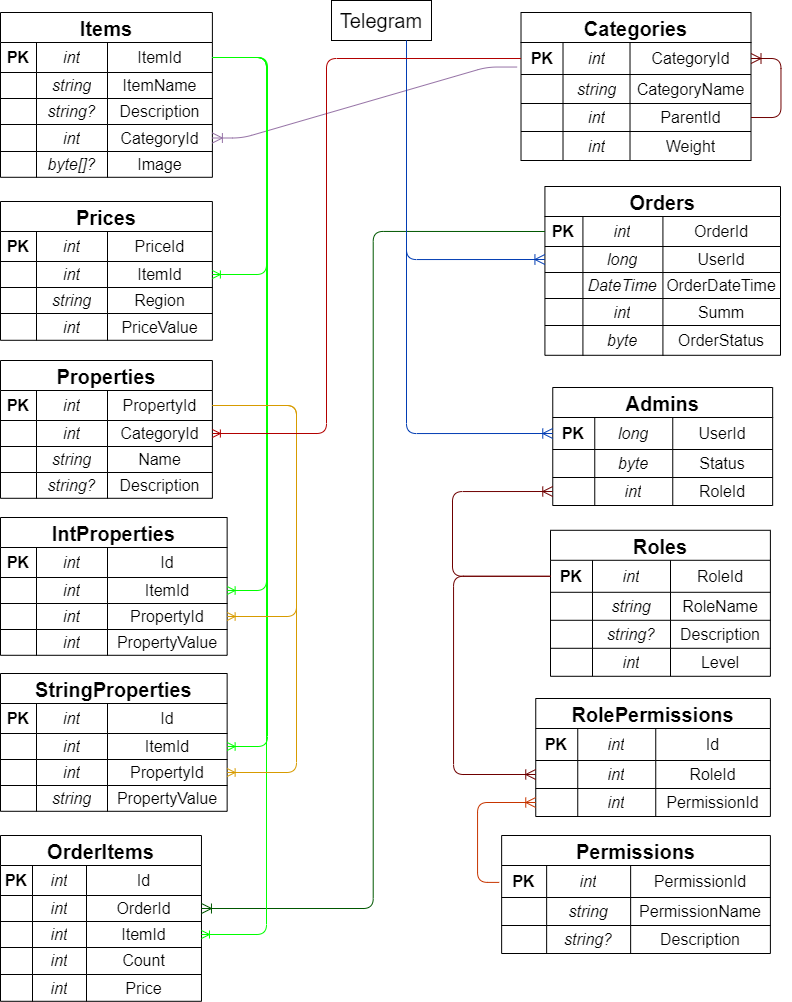
Above: DataBase/DataBaseScheme.png in RoGgY-000/TelegramShop (draw.io), before the change. Source tidied: cells renumbered, new cells last; positions are measured from the earlier drawing's top-left corner, leaving out a move shared by most shapes.
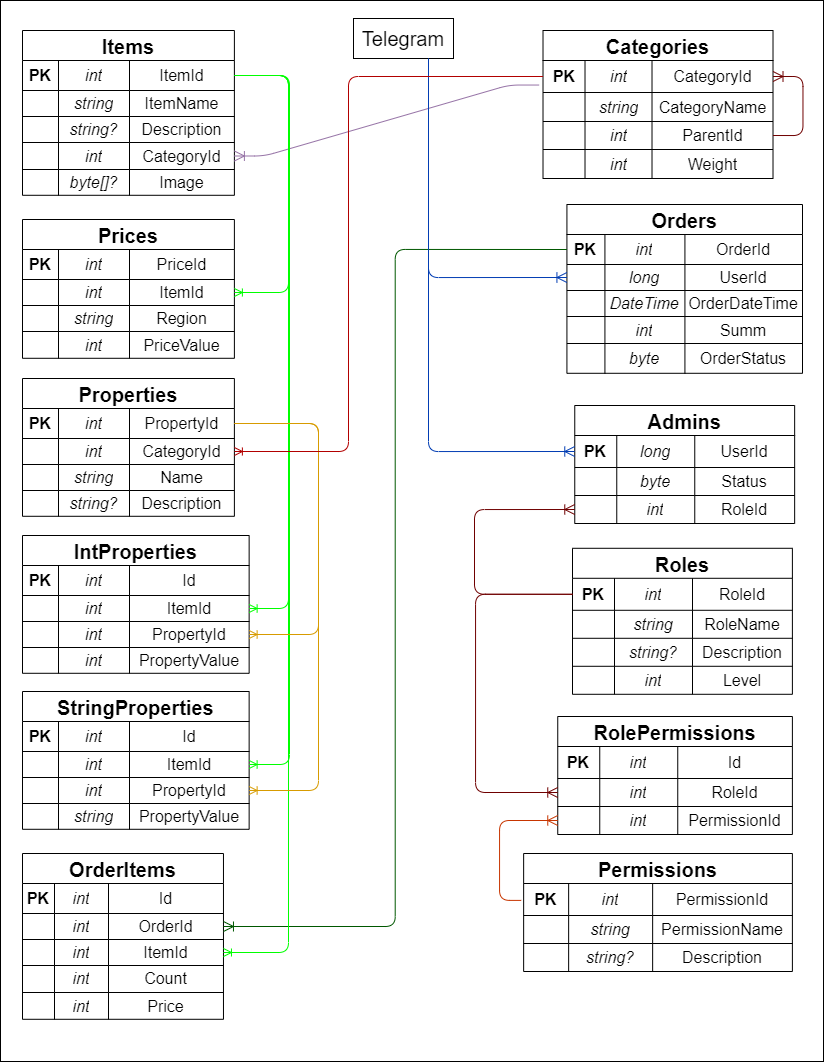
The same diagram one commit later.

Diff of the diagram source:
```diff
@@ -2,6 +2,9 @@
   <root>
     <mxCell id="0" />
     <mxCell id="1" parent="0" />
+    <mxCell id="222" style="rounded=0;whiteSpace=wrap;html=1;" parent="1" vertex="1">
+      <mxGeometry x="-22" y="-18" width="823" height="1061" as="geometry" />
+    </mxCell>
     <mxCell id="2" value="Items" style="shape=table;startSize=30;fontSize=20;fontStyle=1;" parent="1" vertex="1">
       <mxGeometry y="12" width="211.9" height="164.8" as="geometry" />
     </mxCell>
```
